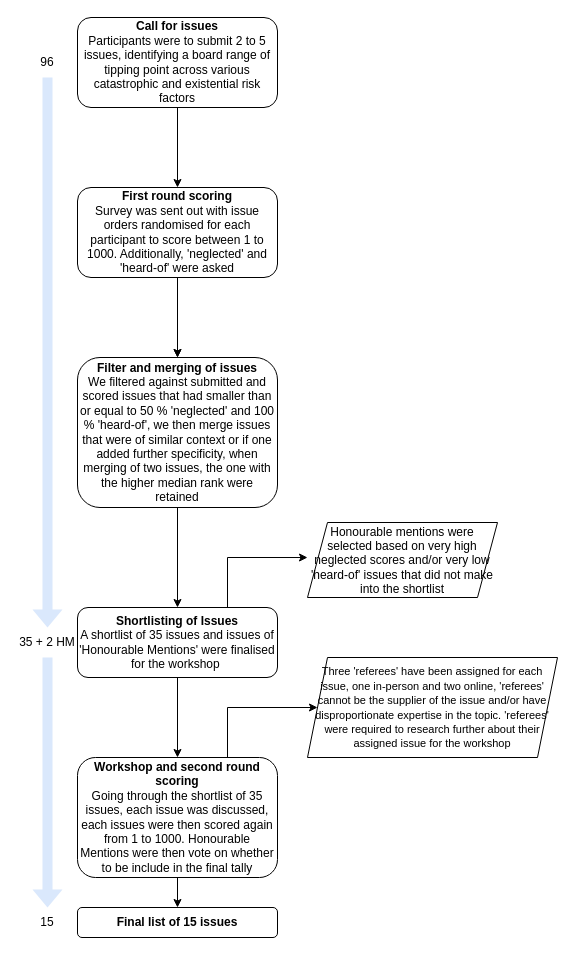
Above: docs/figures/HS_process.drawio in chrischank/GCR-Horizon-Scan (draw.io), before the change. Source tidied: cells renumbered, new cells numbered last; positions are measured from the earlier drawing's top-left corner, leaving out a move shared by most shapes. Both pictures are drawn from the tidied source at 100%, with x=0, y=0 at pixel (17, 17).
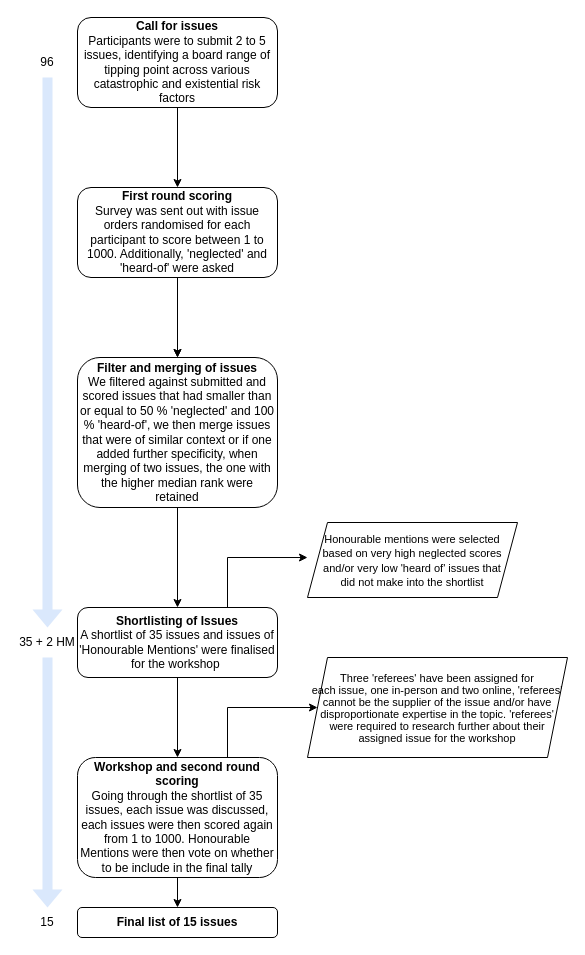
Above is the later version.

Change to the diagram source:
```diff
@@
-    <mxCell id="20" value="&lt;font style=&quot;font-size: 11px;&quot;&gt;Three 'referees' have been assigned for each issue, one in-person and two online, 'referees' cannot be the supplier of the issue and/or have disproportionate expertise in the topic. 'referees' were required to research further about their assigned issue for the workshop&lt;/font&gt;" style="shape=parallelogram;perimeter=parallelogramPerimeter;whiteSpace=wrap;html=1;fixedSize=1;" parent="1" vertex="1">
-      <mxGeometry x="290" y="640" width="250" height="100" as="geometry" />
+    <mxCell id="20" value="&lt;p style=&quot;line-height: 100%;&quot;&gt;&lt;font style=&quot;font-size: 11px;&quot;&gt;Three 'referees' have been assigned for each&amp;nbsp;issue,&amp;nbsp;&lt;/font&gt;&lt;span style=&quot;background-color: initial; font-size: 11px;&quot;&gt;one in-person and two online,&amp;nbsp;&lt;/span&gt;&lt;span style=&quot;background-color: initial; font-size: 11px;&quot;&gt;'referees' cannot be the supplier of the issue and/or have disproportionate expertise in the topic. 'referees' were required to research further about their assigned issue for the workshop&lt;/span&gt;&lt;/p&gt;" style="shape=parallelogram;perimeter=parallelogramPerimeter;whiteSpace=wrap;html=1;fixedSize=1;" parent="1" vertex="1">
+      <mxGeometry x="290" y="640" width="260" height="100" as="geometry" />
     </mxCell>
-    <mxCell id="21" value="Honourable mentions were selected based on very high neglected scores and/or very low 'heard-of' issues that did not make into the shortlist" style="shape=parallelogram;perimeter=parallelogramPerimeter;whiteSpace=wrap;html=1;fixedSize=1;" parent="1" vertex="1">
-      <mxGeometry x="290" y="505" width="190" height="75" as="geometry" />
+    <mxCell id="21" value="&lt;font style=&quot;font-size: 11px;&quot;&gt;Honourable mentions were selected based on very high neglected scores and/or very low 'heard of' issues that &lt;br&gt;did not make into the shortlist&lt;/font&gt;" style="shape=parallelogram;perimeter=parallelogramPerimeter;whiteSpace=wrap;html=1;fixedSize=1;" parent="1" vertex="1">
+      <mxGeometry x="290" y="505" width="210" height="75" as="geometry" />
     </mxCell>
```
